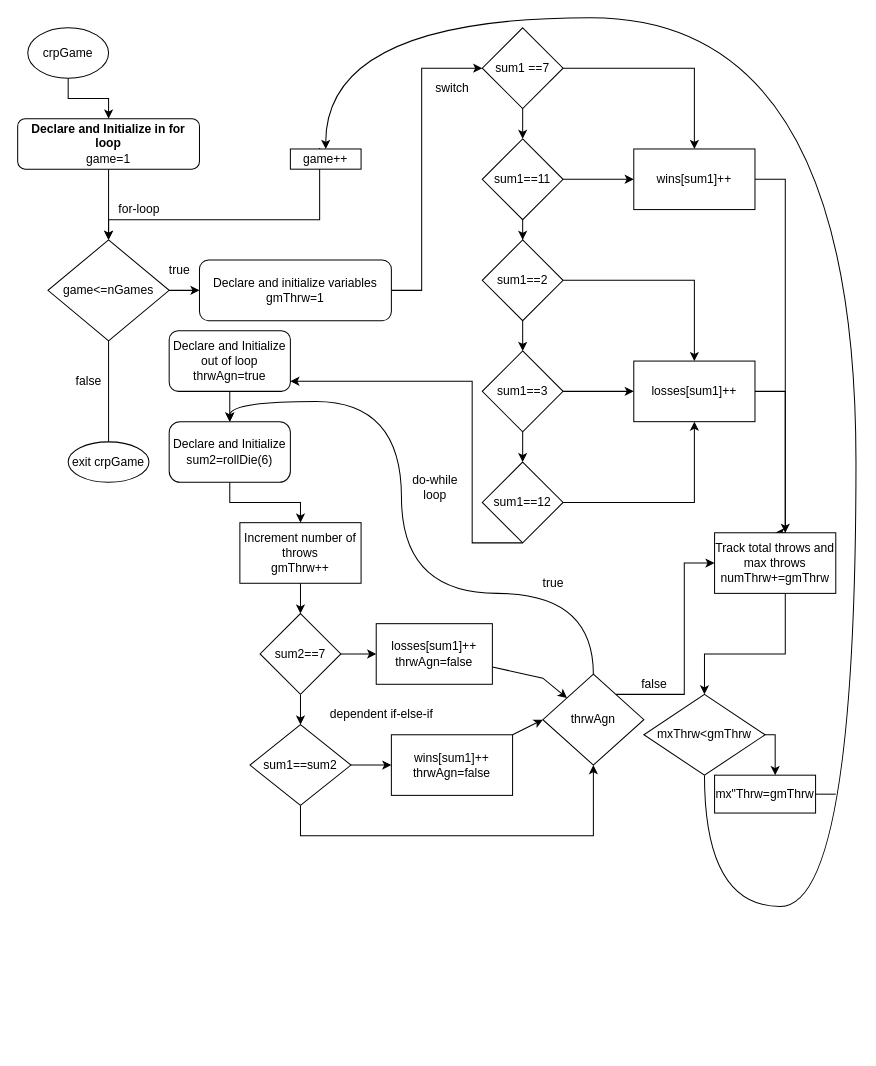
Above: page "Page-2" (2 of 3) of Lab/FlowchartLab.drawio in MC2310300/CalvertMelissa_CIS17A_49287 (draw.io), before the change. Source tidied: cells renumbered, new cells numbered last; positions are measured from the earlier drawing's top-left corner, leaving out a move shared by most shapes. Both pictures are drawn from the tidied source at 101%, with x=0, y=0 at pixel (17, 17).
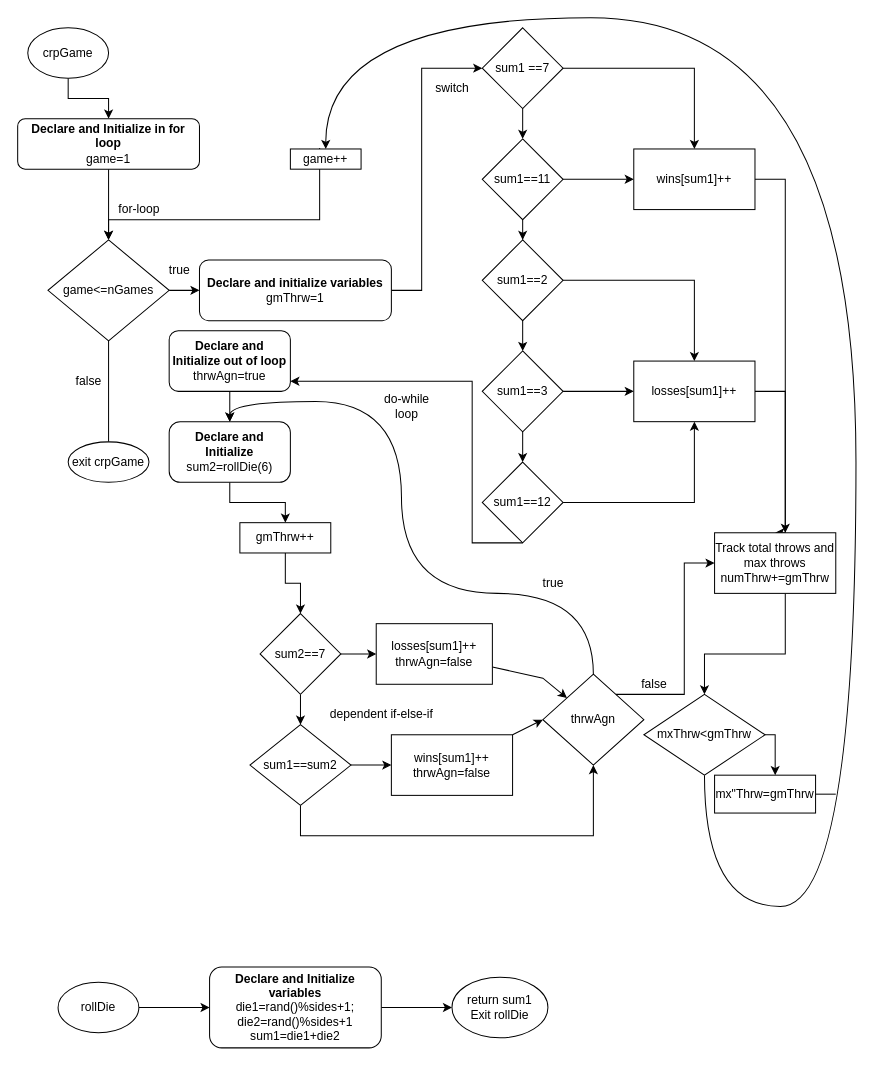
The same page after the edit.

What changed in the source:
```diff
@@
-    <mxCell id="12" value="&lt;div&gt;Declare and initialize variables&lt;/div&gt;&lt;div&gt;gmThrw=1&lt;/div&gt;" style="rounded=1;whiteSpace=wrap;html=1;" parent="1" vertex="1">
+    <mxCell id="12" value="&lt;div&gt;&lt;b&gt;Declare and initialize variables&lt;/b&gt;&lt;/div&gt;&lt;div&gt;gmThrw=1&lt;/div&gt;" style="rounded=1;whiteSpace=wrap;html=1;" parent="1" vertex="1">
       <mxGeometry x="180" y="240" width="190" height="60" as="geometry" />
     </mxCell>
@@
-    <mxCell id="33" value="&lt;div&gt;Declare and Initialize out of loop&lt;/div&gt;&lt;div&gt;thrwAgn=true&lt;br&gt;&lt;/div&gt;" style="rounded=1;whiteSpace=wrap;html=1;" parent="1" vertex="1">
+    <mxCell id="33" value="&lt;div&gt;&lt;b&gt;Declare and Initialize out of loop&lt;/b&gt;&lt;/div&gt;&lt;div&gt;thrwAgn=true&lt;br&gt;&lt;/div&gt;" style="rounded=1;whiteSpace=wrap;html=1;" parent="1" vertex="1">
       <mxGeometry x="150" y="310" width="120" height="60" as="geometry" />
     </mxCell>
@@
-    <mxCell id="35" value="&lt;div&gt;Declare and Initialize &lt;br&gt;&lt;/div&gt;&lt;div&gt;sum2=rollDie(6)&lt;br&gt;&lt;/div&gt;" style="rounded=1;whiteSpace=wrap;html=1;arcSize=18;" parent="1" vertex="1">
+    <mxCell id="35" value="&lt;div&gt;&lt;b&gt;Declare and Initialize&lt;/b&gt; &lt;br&gt;&lt;/div&gt;&lt;div&gt;sum2=rollDie(6)&lt;br&gt;&lt;/div&gt;" style="rounded=1;whiteSpace=wrap;html=1;arcSize=18;" parent="1" vertex="1">
       <mxGeometry x="150" y="400" width="120" height="60" as="geometry" />
     </mxCell>
@@
-    <mxCell id="37" value="&lt;div&gt;Increment number of throws&lt;/div&gt;&lt;div&gt;gmThrw++&lt;br&gt;&lt;/div&gt;" style="rounded=0;whiteSpace=wrap;html=1;strokeColor=#000000;" parent="1" vertex="1">
-      <mxGeometry x="220" y="500" width="120" height="60" as="geometry" />
+    <mxCell id="37" value="&lt;div&gt;gmThrw++&lt;br&gt;&lt;/div&gt;" style="rounded=0;whiteSpace=wrap;html=1;strokeColor=#000000;" parent="1" vertex="1">
+      <mxGeometry x="220" y="500" width="90" height="30" as="geometry" />
     </mxCell>
@@
     <mxCell id="55" value="&lt;div&gt;do-while&lt;/div&gt;&lt;div&gt;loop&lt;br&gt;&lt;/div&gt;" style="text;html=1;align=center;verticalAlign=middle;" parent="1" vertex="1">
-      <mxGeometry x="382.5" y="450" width="60" height="30" as="geometry" />
+      <mxGeometry x="355" y="370" width="60" height="30" as="geometry" />
     </mxCell>
@@
+    <mxCell id="69" style="edgeStyle=orthogonalEdgeStyle;rounded=0;jettySize=auto;html=1;endArrow=classic;endFill=1;" parent="1" edge="1" source="70" target="72">
+      <mxGeometry relative="1" as="geometry" />
+    </mxCell>
+    <mxCell id="70" value="rollDie" style="ellipse;whiteSpace=wrap;html=1;strokeColor=#000000;" parent="1" vertex="1">
+      <mxGeometry x="40" y="955" width="80" height="50" as="geometry" />
+    </mxCell>
+    <mxCell id="71" style="edgeStyle=orthogonalEdgeStyle;rounded=0;jettySize=auto;html=1;endArrow=classic;endFill=1;" parent="1" edge="1" source="72" target="73">
+      <mxGeometry relative="1" as="geometry" />
+    </mxCell>
+    <mxCell id="72" value="&lt;div&gt;&lt;b&gt;Declare and Initialize variables&lt;/b&gt;&lt;/div&gt;&lt;div&gt;die1=rand()%sides+1;&lt;/div&gt;&lt;div&gt;die2=rand()%sides+1&lt;/div&gt;&lt;div&gt;sum1=die1+die2&lt;/div&gt;" style="rounded=1;whiteSpace=wrap;html=1;" parent="1" vertex="1">
+      <mxGeometry x="190" y="940" width="170" height="80" as="geometry" />
+    </mxCell>
+    <mxCell id="73" value="&lt;div&gt;return sum1&lt;/div&gt;&lt;div&gt;Exit rollDie&lt;br&gt;&lt;/div&gt;" style="ellipse;whiteSpace=wrap;html=1;" parent="1" vertex="1">
+      <mxGeometry x="430" y="950" width="95" height="60" as="geometry" />
+    </mxCell>
```
